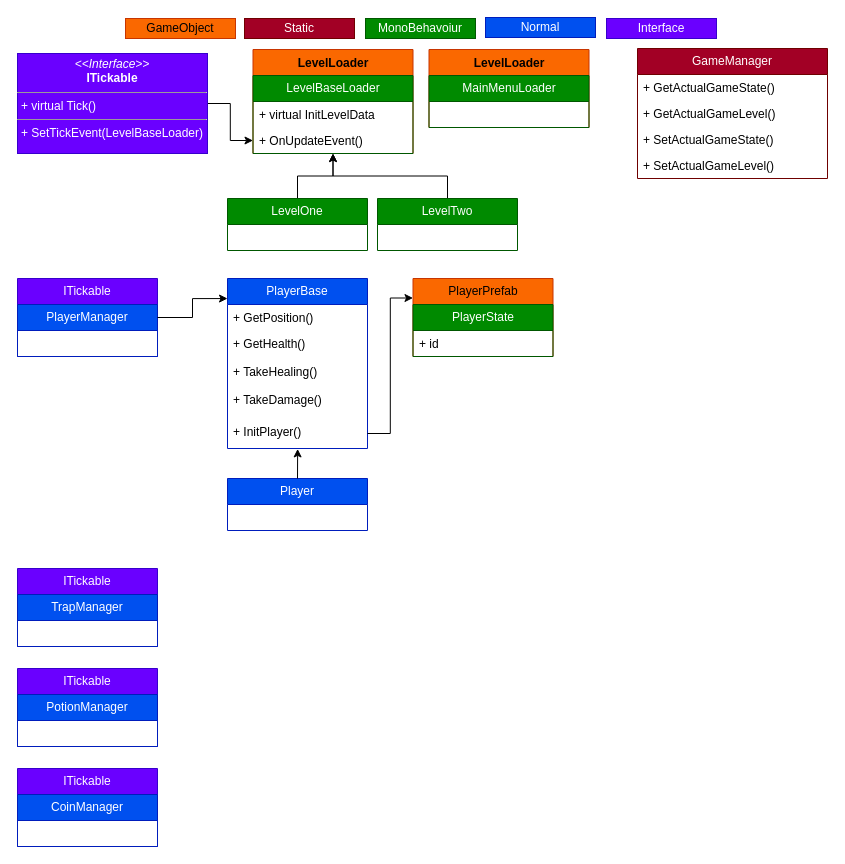
Earlier version of the draw.io diagram Assets/Docs/Game.drawio (LordFoezel/JumpOrDie). Source tidied: cells renumbered, new cells numbered last; positions are measured from the earlier drawing's top-left corner, leaving out a move shared by most shapes. Both pictures are drawn from the tidied source at 100%, with x=0, y=0 at pixel (17, 17).
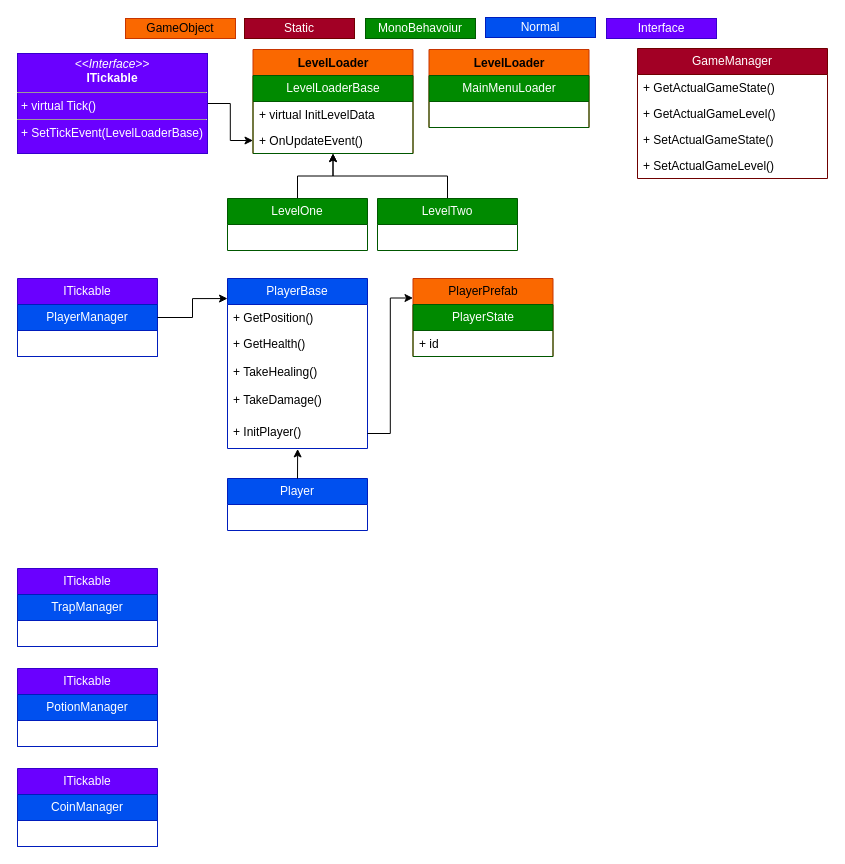
The same diagram, later.

The change refers to these unchanged cells:
```xml
<mxCell id="13" value="LevelLoader" style="swimlane;fontStyle=1;align=center;verticalAlign=top;horizontal=1;startSize=26;whiteSpace=wrap;html=1;fillColor=#fa6800;fontColor=#000000;strokeColor=#C73500;" parent="1" vertex="1">
  <mxGeometry x="235.5" y="32" width="160" height="104" as="geometry" />
</mxCell>
```

What changed in the source:
```diff
@@
-    <mxCell id="11" value="&lt;p style=&quot;margin:0px;margin-top:4px;text-align:center;&quot;&gt;&lt;i&gt;&amp;lt;&amp;lt;Interface&amp;gt;&amp;gt;&lt;/i&gt;&lt;br&gt;&lt;b&gt;ITickable&lt;/b&gt;&lt;/p&gt;&lt;hr size=&quot;1&quot;&gt;&lt;p style=&quot;margin:0px;margin-left:4px;&quot;&gt;+ virtual Tick()&lt;/p&gt;&lt;hr size=&quot;1&quot;&gt;&lt;p style=&quot;margin:0px;margin-left:4px;&quot;&gt;+ SetTickEvent(LevelBaseLoader&lt;span style=&quot;background-color: initial;&quot;&gt;)&lt;/span&gt;&lt;/p&gt;" style="verticalAlign=top;align=left;overflow=fill;fontSize=12;fontFamily=Helvetica;html=1;whiteSpace=wrap;fillColor=#6a00ff;fontColor=#ffffff;strokeColor=#3700CC;" parent="1" vertex="1">
+    <mxCell id="11" value="&lt;p style=&quot;margin:0px;margin-top:4px;text-align:center;&quot;&gt;&lt;i&gt;&amp;lt;&amp;lt;Interface&amp;gt;&amp;gt;&lt;/i&gt;&lt;br&gt;&lt;b&gt;ITickable&lt;/b&gt;&lt;/p&gt;&lt;hr size=&quot;1&quot;&gt;&lt;p style=&quot;margin:0px;margin-left:4px;&quot;&gt;+ virtual Tick()&lt;/p&gt;&lt;hr size=&quot;1&quot;&gt;&lt;p style=&quot;margin:0px;margin-left:4px;&quot;&gt;+ SetTickEvent(LevelLoaderBase&lt;span style=&quot;background-color: initial;&quot;&gt;)&lt;/span&gt;&lt;/p&gt;" style="verticalAlign=top;align=left;overflow=fill;fontSize=12;fontFamily=Helvetica;html=1;whiteSpace=wrap;fillColor=#6a00ff;fontColor=#ffffff;strokeColor=#3700CC;" parent="1" vertex="1">
       <mxGeometry y="36" width="190" height="100" as="geometry" />
     </mxCell>
@@
-    <mxCell id="14" value="LevelBaseLoader" style="swimlane;fontStyle=0;horizontal=1;startSize=26;fillColor=#008a00;whiteSpace=wrap;html=1;fontColor=#ffffff;strokeColor=#005700;gradientColor=none;swimlaneFillColor=none;" parent="13" vertex="1">
+    <mxCell id="14" value="LevelLoaderBase" style="swimlane;fontStyle=0;horizontal=1;startSize=26;fillColor=#008a00;whiteSpace=wrap;html=1;fontColor=#ffffff;strokeColor=#005700;gradientColor=none;swimlaneFillColor=none;" parent="13" vertex="1">
       <mxGeometry y="26" width="160" height="78" as="geometry" />
     </mxCell>
```
